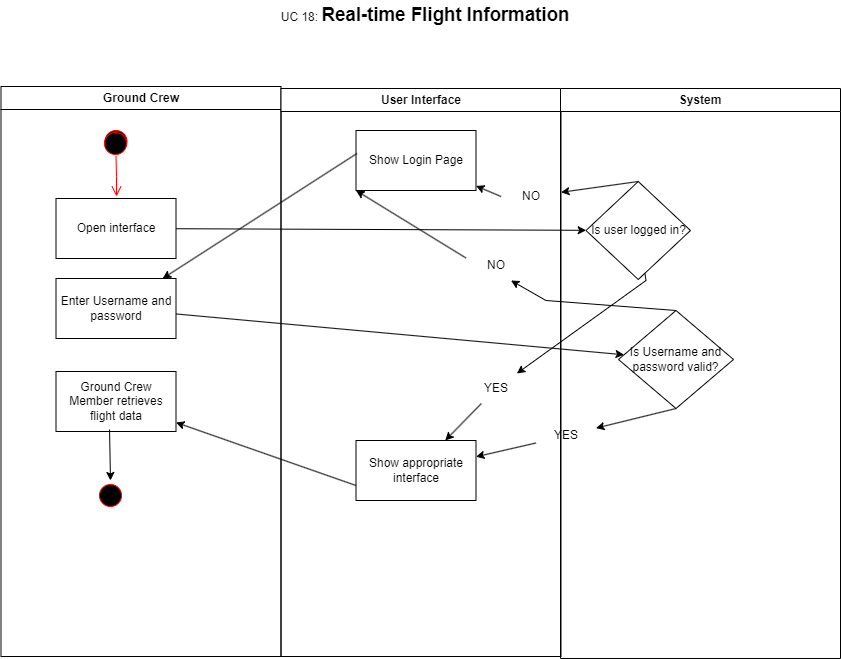
This is Diagramms/Activity Diagrams/UC_18.drawio.png from Smr002/Group01_Airport_Management_System, a draw.io export, as it was before one commit. Source tidied: cells renumbered, new cells last; positions are measured from the earlier drawing's top-left corner, leaving out a move shared by most shapes.
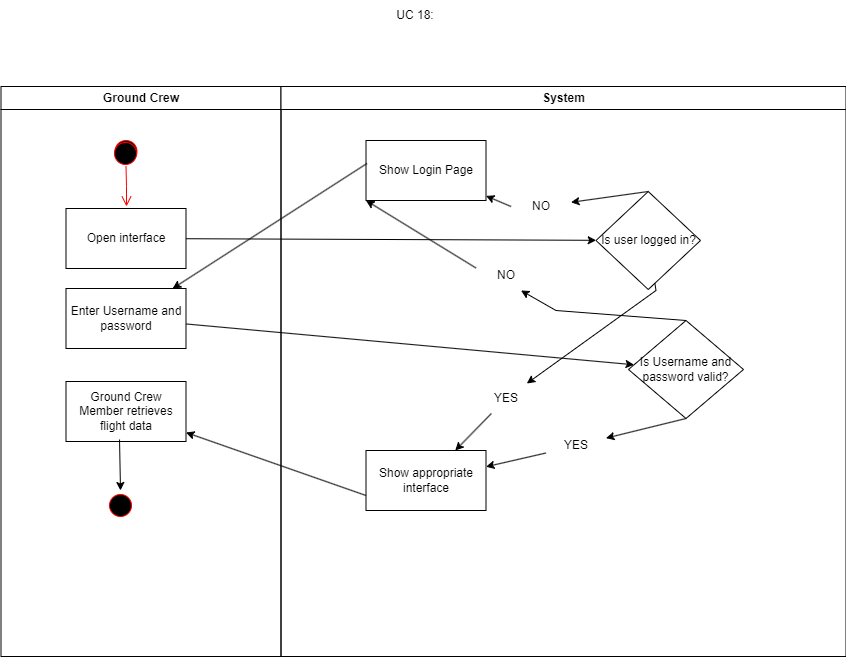
The same file after the commit.

Diff of the diagram source:
```diff
@@ -5,61 +5,61 @@
     <mxCell id="2" value="Ground Crew" style="swimlane;whiteSpace=wrap;" parent="1" vertex="1">
       <mxGeometry x="-0.5" y="86" width="280" height="570" as="geometry" />
     </mxCell>
-    <mxCell id="3" style="ellipse;shape=startState;fillColor=#000000;strokeColor=#ff0000;" parent="2" vertex="1">
-      <mxGeometry x="100" y="40" width="30" height="30" as="geometry" />
-    </mxCell>
-    <mxCell id="4" style="edgeStyle=elbowEdgeStyle;elbow=horizontal;verticalAlign=bottom;endArrow=open;endSize=8;strokeColor=#FF0000;endFill=1;rounded=0;" parent="2" edge="1" source="3">
-      <mxGeometry x="100" y="40" as="geometry">
-        <mxPoint x="115.5" y="110" as="targetPoint" />
-      </mxGeometry>
-    </mxCell>
+    <mxCell id="18" value="System" style="swimlane;whiteSpace=wrap;" parent="1" vertex="1">
+      <mxGeometry x="279.5" y="86" width="565" height="570" as="geometry" />
+    </mxCell>
+    <mxCell id="34" value="UC 18:" style="text;html=1;align=center;verticalAlign=middle;whiteSpace=wrap;rounded=0;" parent="1" vertex="1">
+      <mxGeometry x="384" width="60" height="30" as="geometry" />
+    </mxCell>
+    <mxCell id="35" style="ellipse;shape=startState;fillColor=#000000;strokeColor=#ff0000;" parent="1" vertex="1">
+      <mxGeometry x="109.5" y="136" width="30" height="30" as="geometry" />
+    </mxCell>
+    <mxCell id="36" style="edgeStyle=elbowEdgeStyle;elbow=horizontal;verticalAlign=bottom;endArrow=open;endSize=8;strokeColor=#FF0000;endFill=1;rounded=0;" parent="1" edge="1" source="35">
+      <mxGeometry x="100" y="40" as="geometry">
+        <mxPoint x="125" y="206" as="targetPoint" />
+      </mxGeometry>
+    </mxCell>
-    <mxCell id="5" value="Open interface" style="rounded=0;whiteSpace=wrap;html=1;" parent="2" vertex="1">
-      <mxGeometry x="55" y="112" width="120" height="60" as="geometry" />
+    <mxCell id="5" value="Open interface" style="rounded=0;whiteSpace=wrap;html=1;" parent="1" vertex="1">
+      <mxGeometry x="64.5" y="208" width="120" height="60" as="geometry" />
     </mxCell>
-    <mxCell id="6" value="Ground Crew Member retrieves flight data" style="rounded=0;whiteSpace=wrap;html=1;" parent="2" vertex="1">
-      <mxGeometry x="55" y="285" width="120" height="60" as="geometry" />
+    <mxCell id="6" value="Ground Crew Member retrieves flight data" style="rounded=0;whiteSpace=wrap;html=1;" parent="1" vertex="1">
+      <mxGeometry x="64.5" y="381" width="120" height="60" as="geometry" />
     </mxCell>
-    <mxCell id="7" value="Enter Username and password" style="rounded=0;whiteSpace=wrap;html=1;" parent="2" vertex="1">
-      <mxGeometry x="55" y="192" width="120" height="60" as="geometry" />
+    <mxCell id="7" value="Enter Username and password" style="rounded=0;whiteSpace=wrap;html=1;" parent="1" vertex="1">
+      <mxGeometry x="64.5" y="288" width="120" height="60" as="geometry" />
     </mxCell>
-    <mxCell id="8" style="endArrow=classic;html=1;rounded=0;exitX=0.446;exitY=0.967;exitDx=0;exitDy=0;exitPerimeter=0;" parent="2" edge="1" source="6" target="9">
-      <mxGeometry relative="1" as="geometry" />
-    </mxCell>
-    <mxCell id="9" style="ellipse;shape=startState;fillColor=#000000;strokeColor=#ff0000;" parent="2" vertex="1">
-      <mxGeometry x="94.5" y="394" width="30" height="30" as="geometry" />
-    </mxCell>
-    <mxCell id="10" value="User Interface" style="swimlane;whiteSpace=wrap;" parent="1" vertex="1">
-      <mxGeometry x="279.5" y="88" width="280" height="568" as="geometry" />
-    </mxCell>
+    <mxCell id="37" style="endArrow=classic;html=1;rounded=0;exitX=0.446;exitY=0.967;exitDx=0;exitDy=0;exitPerimeter=0;" parent="1" edge="1" source="6" target="38">
+      <mxGeometry relative="1" as="geometry" />
+    </mxCell>
+    <mxCell id="38" style="ellipse;shape=startState;fillColor=#000000;strokeColor=#ff0000;" parent="1" vertex="1">
+      <mxGeometry x="104" y="490" width="30" height="30" as="geometry" />
+    </mxCell>
-    <mxCell id="11" value="Show appropriate interface" style="rounded=0;whiteSpace=wrap;html=1;" parent="10" vertex="1">
-      <mxGeometry x="75" y="352" width="120" height="60" as="geometry" />
+    <mxCell id="11" value="Show appropriate interface" style="rounded=0;whiteSpace=wrap;html=1;" parent="1" vertex="1">
+      <mxGeometry x="364.5" y="450" width="120" height="60" as="geometry" />
     </mxCell>
-    <mxCell id="12" value="Show Login Page" style="rounded=0;whiteSpace=wrap;html=1;" parent="10" vertex="1">
-      <mxGeometry x="75" y="42" width="120" height="60" as="geometry" />
+    <mxCell id="12" value="Show Login Page" style="rounded=0;whiteSpace=wrap;html=1;" parent="1" vertex="1">
+      <mxGeometry x="364.5" y="140" width="120" height="60" as="geometry" />
     </mxCell>
-    <mxCell id="13" value="YES" style="text;html=1;align=center;verticalAlign=middle;whiteSpace=wrap;rounded=0;" parent="10" vertex="1">
-      <mxGeometry x="185" y="285" width="60" height="30" as="geometry" />
-    </mxCell>
-    <mxCell id="14" style="edgeStyle=orthogonalEdgeStyle;rounded=0;orthogonalLoop=1;jettySize=auto;html=1;exitX=0.5;exitY=1;exitDx=0;exitDy=0;" parent="10" edge="1" source="13" target="13">
-      <mxGeometry relative="1" as="geometry" />
-    </mxCell>
-    <mxCell id="15" style="endArrow=classic;html=1;rounded=0;" parent="10" edge="1" source="13" target="11">
-      <mxGeometry relative="1" as="geometry" />
-    </mxCell>
-    <mxCell id="16" value="NO" style="text;html=1;align=center;verticalAlign=middle;whiteSpace=wrap;rounded=0;" parent="10" vertex="1">
-      <mxGeometry x="220" y="93" width="60" height="30" as="geometry" />
-    </mxCell>
-    <mxCell id="17" style="endArrow=classic;html=1;rounded=0;exitX=0;exitY=0.5;exitDx=0;exitDy=0;" parent="10" edge="1" source="16" target="12">
-      <mxGeometry relative="1" as="geometry" />
-    </mxCell>
-    <mxCell id="18" value="System" style="swimlane;whiteSpace=wrap;" parent="1" vertex="1">
-      <mxGeometry x="559" y="88" width="280" height="570" as="geometry" />
-    </mxCell>
+    <mxCell id="39" value="YES" style="text;html=1;align=center;verticalAlign=middle;whiteSpace=wrap;rounded=0;" parent="1" vertex="1">
+      <mxGeometry x="474.5" y="383" width="60" height="30" as="geometry" />
+    </mxCell>
+    <mxCell id="40" style="edgeStyle=orthogonalEdgeStyle;rounded=0;orthogonalLoop=1;jettySize=auto;html=1;exitX=0.5;exitY=1;exitDx=0;exitDy=0;" parent="1" edge="1" source="39" target="39">
+      <mxGeometry relative="1" as="geometry" />
+    </mxCell>
+    <mxCell id="41" style="endArrow=classic;html=1;rounded=0;" parent="1" edge="1" source="39" target="11">
+      <mxGeometry relative="1" as="geometry" />
+    </mxCell>
+    <mxCell id="42" value="NO" style="text;html=1;align=center;verticalAlign=middle;whiteSpace=wrap;rounded=0;" parent="1" vertex="1">
+      <mxGeometry x="509.5" y="191" width="60" height="30" as="geometry" />
+    </mxCell>
+    <mxCell id="43" style="endArrow=classic;html=1;rounded=0;exitX=0;exitY=0.5;exitDx=0;exitDy=0;" parent="1" edge="1" source="42" target="12">
+      <mxGeometry relative="1" as="geometry" />
+    </mxCell>
-    <mxCell id="19" value="Is user logged in?" style="rhombus;whiteSpace=wrap;html=1;" parent="18" vertex="1">
-      <mxGeometry x="25.5" y="93" width="104.5" height="98" as="geometry" />
+    <mxCell id="19" value="Is user logged in?" style="rhombus;whiteSpace=wrap;html=1;" parent="1" vertex="1">
+      <mxGeometry x="594.5" y="191" width="104.5" height="98" as="geometry" />
     </mxCell>
-    <mxCell id="20" value="Is Username and password valid?" style="rhombus;whiteSpace=wrap;html=1;" parent="18" vertex="1">
-      <mxGeometry x="58" y="222" width="115" height="98" as="geometry" />
+    <mxCell id="20" value="Is Username and password valid?" style="rhombus;whiteSpace=wrap;html=1;" parent="1" vertex="1">
+      <mxGeometry x="627" y="320" width="115" height="98" as="geometry" />
     </mxCell>
     <mxCell id="21" style="endArrow=classic;html=1;rounded=0;" parent="1" edge="1" source="5" target="19">
       <mxGeometry relative="1" as="geometry" />
@@ -70,46 +70,43 @@
     <mxCell id="23" style="endArrow=classic;html=1;rounded=0;exitX=0;exitY=0.75;exitDx=0;exitDy=0;" parent="1" edge="1" source="11" target="6">
       <mxGeometry relative="1" as="geometry" />
     </mxCell>
-    <mxCell id="24" style="ellipse;shape=startState;fillColor=#000000;strokeColor=#ff0000;" parent="1" vertex="1">
-      <mxGeometry x="99" y="128" width="30" height="30" as="geometry" />
-    </mxCell>
-    <mxCell id="25" style="endArrow=classic;html=1;rounded=0;exitX=0;exitY=0.75;exitDx=0;exitDy=0;" parent="1" edge="1" source="29" target="11">
-      <mxGeometry relative="1" as="geometry" />
-    </mxCell>
+    <mxCell id="44" style="ellipse;shape=startState;fillColor=#000000;strokeColor=#ff0000;" parent="1" vertex="1">
+      <mxGeometry x="109" y="138" width="30" height="30" as="geometry" />
+    </mxCell>
+    <mxCell id="45" style="endArrow=classic;html=1;rounded=0;exitX=0;exitY=0.75;exitDx=0;exitDy=0;" parent="1" edge="1" source="48" target="11">
+      <mxGeometry relative="1" as="geometry" />
+    </mxCell>
     <mxCell id="26" style="endArrow=classic;html=1;rounded=0;" parent="1" edge="1" source="7" target="20">
       <mxGeometry relative="1" as="geometry" />
     </mxCell>
-    <mxCell id="27" style="endArrow=classic;html=1;rounded=0;exitX=0;exitY=0.25;exitDx=0;exitDy=0;entryX=0;entryY=1;entryDx=0;entryDy=0;" parent="1" edge="1" source="33" target="12">
-      <mxGeometry relative="1" as="geometry" />
-    </mxCell>
-    <mxCell id="28" style="endArrow=classic;html=1;rounded=0;" parent="1" edge="1" source="19" target="13">
-      <mxGeometry relative="1" as="geometry">
-        <Array as="points">
-          <mxPoint x="644.5" y="280" />
-        </Array>
-      </mxGeometry>
-    </mxCell>
-    <mxCell id="29" value="YES" style="text;html=1;align=center;verticalAlign=middle;whiteSpace=wrap;rounded=0;" parent="1" vertex="1">
-      <mxGeometry x="534.5" y="420" width="60" height="30" as="geometry" />
-    </mxCell>
-    <mxCell id="30" style="endArrow=classic;html=1;rounded=0;exitX=0.5;exitY=1;exitDx=0;exitDy=0;" parent="1" edge="1" source="20" target="29">
-      <mxGeometry relative="1" as="geometry" />
-    </mxCell>
-    <mxCell id="31" style="endArrow=classic;html=1;rounded=0;exitX=0.5;exitY=0;exitDx=0;exitDy=0;" parent="1" edge="1" source="19" target="16">
-      <mxGeometry relative="1" as="geometry" />
-    </mxCell>
-    <mxCell id="32" style="endArrow=classic;html=1;rounded=0;exitX=0.5;exitY=0;exitDx=0;exitDy=0;entryX=0.75;entryY=1;entryDx=0;entryDy=0;" parent="1" edge="1" source="20" target="33">
-      <mxGeometry relative="1" as="geometry">
-        <Array as="points">
-          <mxPoint x="544.5" y="300" />
-        </Array>
-      </mxGeometry>
-    </mxCell>
-    <mxCell id="33" value="NO" style="text;html=1;align=center;verticalAlign=middle;whiteSpace=wrap;rounded=0;" parent="1" vertex="1">
-      <mxGeometry x="464.5" y="250" width="60" height="30" as="geometry" />
-    </mxCell>
-    <mxCell id="34" value="UC 18:&amp;nbsp;&lt;b&gt;&lt;span style=&quot;font-size:14.0pt;line-height:&lt;br/&gt;115%;font-family:&amp;quot;Arial&amp;quot;,sans-serif;mso-fareast-font-family:Arial;mso-font-kerning:&lt;br/&gt;0pt;mso-ligatures:none;mso-ansi-language:EN;mso-fareast-language:#1000;&lt;br/&gt;mso-bidi-language:AR-SA&quot; lang=&quot;EN&quot;&gt;Real-time Flight Information&lt;/span&gt;&lt;/b&gt;" style="text;html=1;align=center;verticalAlign=middle;whiteSpace=wrap;rounded=0;" parent="1" vertex="1">
-      <mxGeometry x="174" width="500" height="30" as="geometry" />
-    </mxCell>
+    <mxCell id="46" style="endArrow=classic;html=1;rounded=0;exitX=0;exitY=0.25;exitDx=0;exitDy=0;entryX=0;entryY=1;entryDx=0;entryDy=0;" parent="1" edge="1" source="52" target="12">
+      <mxGeometry relative="1" as="geometry" />
+    </mxCell>
+    <mxCell id="47" style="endArrow=classic;html=1;rounded=0;" parent="1" edge="1" source="19" target="39">
+      <mxGeometry relative="1" as="geometry">
+        <Array as="points">
+          <mxPoint x="654.5" y="290" />
+        </Array>
+      </mxGeometry>
+    </mxCell>
+    <mxCell id="48" value="YES" style="text;html=1;align=center;verticalAlign=middle;whiteSpace=wrap;rounded=0;" parent="1" vertex="1">
+      <mxGeometry x="544.5" y="430" width="60" height="30" as="geometry" />
+    </mxCell>
+    <mxCell id="49" style="endArrow=classic;html=1;rounded=0;exitX=0.5;exitY=1;exitDx=0;exitDy=0;" parent="1" edge="1" source="20" target="48">
+      <mxGeometry relative="1" as="geometry" />
+    </mxCell>
+    <mxCell id="50" style="endArrow=classic;html=1;rounded=0;exitX=0.5;exitY=0;exitDx=0;exitDy=0;" parent="1" edge="1" source="19" target="42">
+      <mxGeometry relative="1" as="geometry" />
+    </mxCell>
+    <mxCell id="51" style="endArrow=classic;html=1;rounded=0;exitX=0.5;exitY=0;exitDx=0;exitDy=0;entryX=0.75;entryY=1;entryDx=0;entryDy=0;" parent="1" edge="1" source="20" target="52">
+      <mxGeometry relative="1" as="geometry">
+        <Array as="points">
+          <mxPoint x="554.5" y="310" />
+        </Array>
+      </mxGeometry>
+    </mxCell>
+    <mxCell id="52" value="NO" style="text;html=1;align=center;verticalAlign=middle;whiteSpace=wrap;rounded=0;" parent="1" vertex="1">
+      <mxGeometry x="474.5" y="260" width="60" height="30" as="geometry" />
+    </mxCell>
   </root>
 </mxGraphModel>
```
